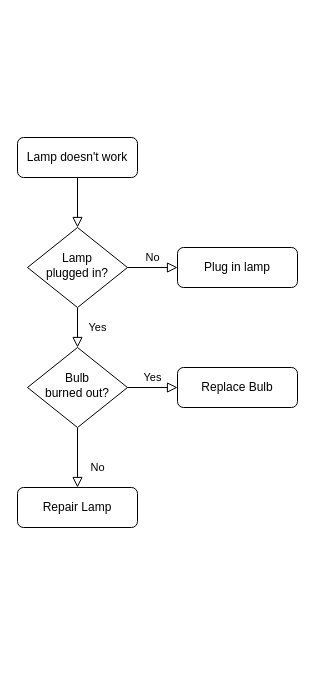
This is 认证流程图.drawio from will-ye/learngitinhome, a draw.io file, before an edit. Source tidied: cells renumbered, new cells numbered last; positions are measured from the earlier drawing's top-left corner, leaving out a move shared by most shapes. Both pictures are drawn from the tidied source at 100%, with x=0, y=0 at pixel (17, 137).
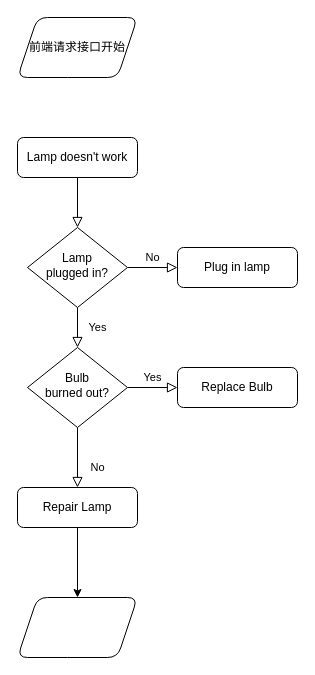
Above is the later version.

Commit message (it also covers changes not shown here):
更新认证流程图.drawio

The edit, as a diff of the source:
```diff
@@
 <mxGraphModel>
   <root>
     <mxCell id="0" />
     <mxCell id="1" parent="0" />
     <mxCell id="2" style="rounded=0;html=1;jettySize=auto;fontSize=11;endArrow=block;endFill=0;endSize=8;strokeWidth=1;shadow=0;labelBackgroundColor=none;edgeStyle=orthogonalEdgeStyle;" parent="1" edge="1" source="3" target="6">
       <mxGeometry relative="1" as="geometry" />
     </mxCell>
     <mxCell id="3" value="Lamp doesn't work" style="rounded=1;whiteSpace=wrap;html=1;fontSize=12;glass=0;strokeWidth=1;shadow=0;" parent="1" vertex="1">
       <mxGeometry width="120" height="40" as="geometry" />
     </mxCell>
     <mxCell id="4" value="Yes" style="rounded=0;html=1;jettySize=auto;fontSize=11;endArrow=block;endFill=0;endSize=8;strokeWidth=1;shadow=0;labelBackgroundColor=none;edgeStyle=orthogonalEdgeStyle;" parent="1" edge="1" source="6" target="10">
       <mxGeometry y="20" relative="1" as="geometry" />
     </mxCell>
     <mxCell id="5" value="No" style="edgeStyle=orthogonalEdgeStyle;rounded=0;html=1;jettySize=auto;fontSize=11;endArrow=block;endFill=0;endSize=8;strokeWidth=1;shadow=0;labelBackgroundColor=none;" parent="1" edge="1" source="6" target="7">
       <mxGeometry y="10" relative="1" as="geometry" />
     </mxCell>
     <mxCell id="6" value="Lamp&lt;br&gt;plugged in?" style="rhombus;whiteSpace=wrap;html=1;shadow=0;fontFamily=Helvetica;fontSize=12;align=center;strokeWidth=1;spacing=6;spacingTop=-4;" parent="1" vertex="1">
       <mxGeometry x="10" y="90" width="100" height="80" as="geometry" />
     </mxCell>
     <mxCell id="7" value="Plug in lamp" style="rounded=1;whiteSpace=wrap;html=1;fontSize=12;glass=0;strokeWidth=1;shadow=0;" parent="1" vertex="1">
       <mxGeometry x="160" y="110" width="120" height="40" as="geometry" />
     </mxCell>
     <mxCell id="8" value="No" style="rounded=0;html=1;jettySize=auto;fontSize=11;endArrow=block;endFill=0;endSize=8;strokeWidth=1;shadow=0;labelBackgroundColor=none;edgeStyle=orthogonalEdgeStyle;" parent="1" edge="1" source="10" target="11">
       <mxGeometry x="0.33" y="20" relative="1" as="geometry" />
     </mxCell>
     <mxCell id="9" value="Yes" style="edgeStyle=orthogonalEdgeStyle;rounded=0;html=1;jettySize=auto;fontSize=11;endArrow=block;endFill=0;endSize=8;strokeWidth=1;shadow=0;labelBackgroundColor=none;" parent="1" edge="1" source="10" target="12">
       <mxGeometry y="10" relative="1" as="geometry" />
     </mxCell>
     <mxCell id="10" value="Bulb&lt;br&gt;burned out?" style="rhombus;whiteSpace=wrap;html=1;shadow=0;fontFamily=Helvetica;fontSize=12;align=center;strokeWidth=1;spacing=6;spacingTop=-4;" parent="1" vertex="1">
       <mxGeometry x="10" y="210" width="100" height="80" as="geometry" />
     </mxCell>
+    <mxCell id="13" style="edgeStyle=orthogonalEdgeStyle;rounded=0;jettySize=auto;html=1;" parent="1" edge="1" source="11" target="14">
+      <mxGeometry relative="1" as="geometry" />
+    </mxCell>
     <mxCell id="11" value="Repair Lamp" style="rounded=1;whiteSpace=wrap;html=1;fontSize=12;glass=0;strokeWidth=1;shadow=0;" parent="1" vertex="1">
       <mxGeometry y="350" width="120" height="40" as="geometry" />
     </mxCell>
     <mxCell id="12" value="Replace Bulb" style="rounded=1;whiteSpace=wrap;html=1;fontSize=12;glass=0;strokeWidth=1;shadow=0;" parent="1" vertex="1">
       <mxGeometry x="160" y="230" width="120" height="40" as="geometry" />
     </mxCell>
+    <mxCell id="14" style="shape=parallelogram;perimeter=parallelogramPerimeter;whiteSpace=wrap;html=1;fixedSize=1;rounded=1;glass=0;strokeWidth=1;shadow=0;" parent="1" vertex="1">
+      <mxGeometry y="460" width="120" height="60" as="geometry" />
+    </mxCell>
+    <mxCell id="15" value="前端请求接口开始" style="shape=parallelogram;perimeter=parallelogramPerimeter;whiteSpace=wrap;html=1;fixedSize=1;rounded=1;glass=0;strokeWidth=1;shadow=0;" parent="1" vertex="1">
+      <mxGeometry y="-120" width="120" height="60" as="geometry" />
+    </mxCell>
   </root>
 </mxGraphModel>
```
